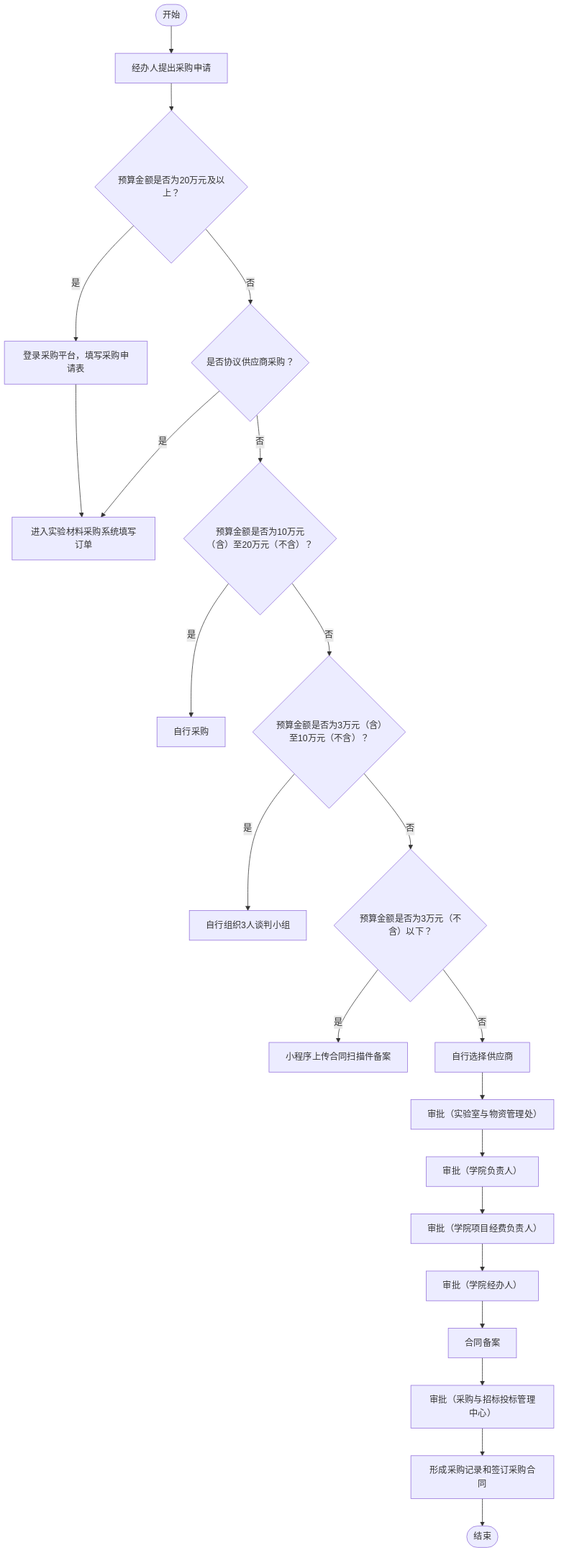
Above: outline2flow/flow_outputs/page_34.png in AmyIvan/work1 (Mermaid), before the change. Its source is kept beside it as outline2flow/mmd_outputs/page_34.mmd.
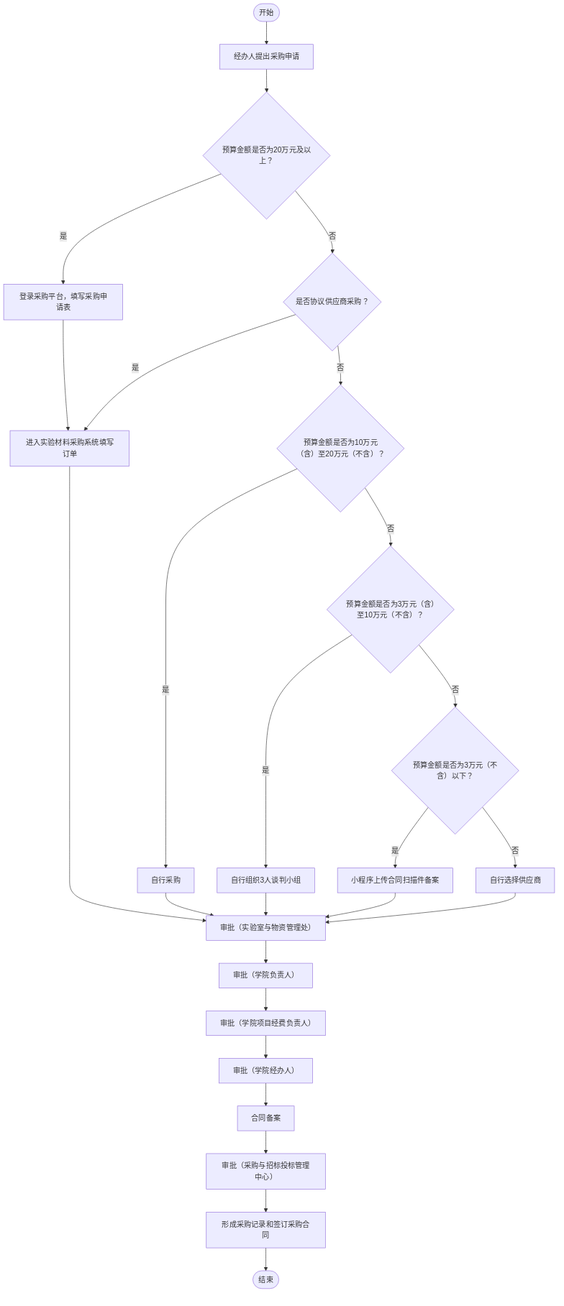
The same diagram one commit later.

The edit, as a diff of the source:
```diff
@@ -1,5 +1,5 @@
 flowchart TD
-    Start(["开始"]) --> A[经办人提出采购申请]
+    Start([开始]) --> A[经办人提出采购申请]
     A --> B{预算金额是否为20万元及以上？}
     B -- 是 --> C[登录采购平台，填写采购申请表]
     B -- 否 --> D{是否协议供应商采购？}
@@ -12,11 +12,15 @@
     H -- 否 --> J{预算金额是否为3万元（不含）以下？}
     J -- 是 --> K[小程序上传合同扫描件备案]
     J -- 否 --> L[自行选择供应商]
-    L --> M[审批（实验室与物资管理处）]
+    E --> M[审批（实验室与物资管理处）]
+    G --> M
+    I --> M
+    K --> M
+    L --> M
     M --> N[审批（学院负责人）]
     N --> O[审批（学院项目经费负责人）]
     O --> P[审批（学院经办人）]
     P --> Q[合同备案]
     Q --> R[审批（采购与招标投标管理中心）]
     R --> S[形成采购记录和签订采购合同]
-    S --> End(["结束"])
+    S --> End([结束])
```
